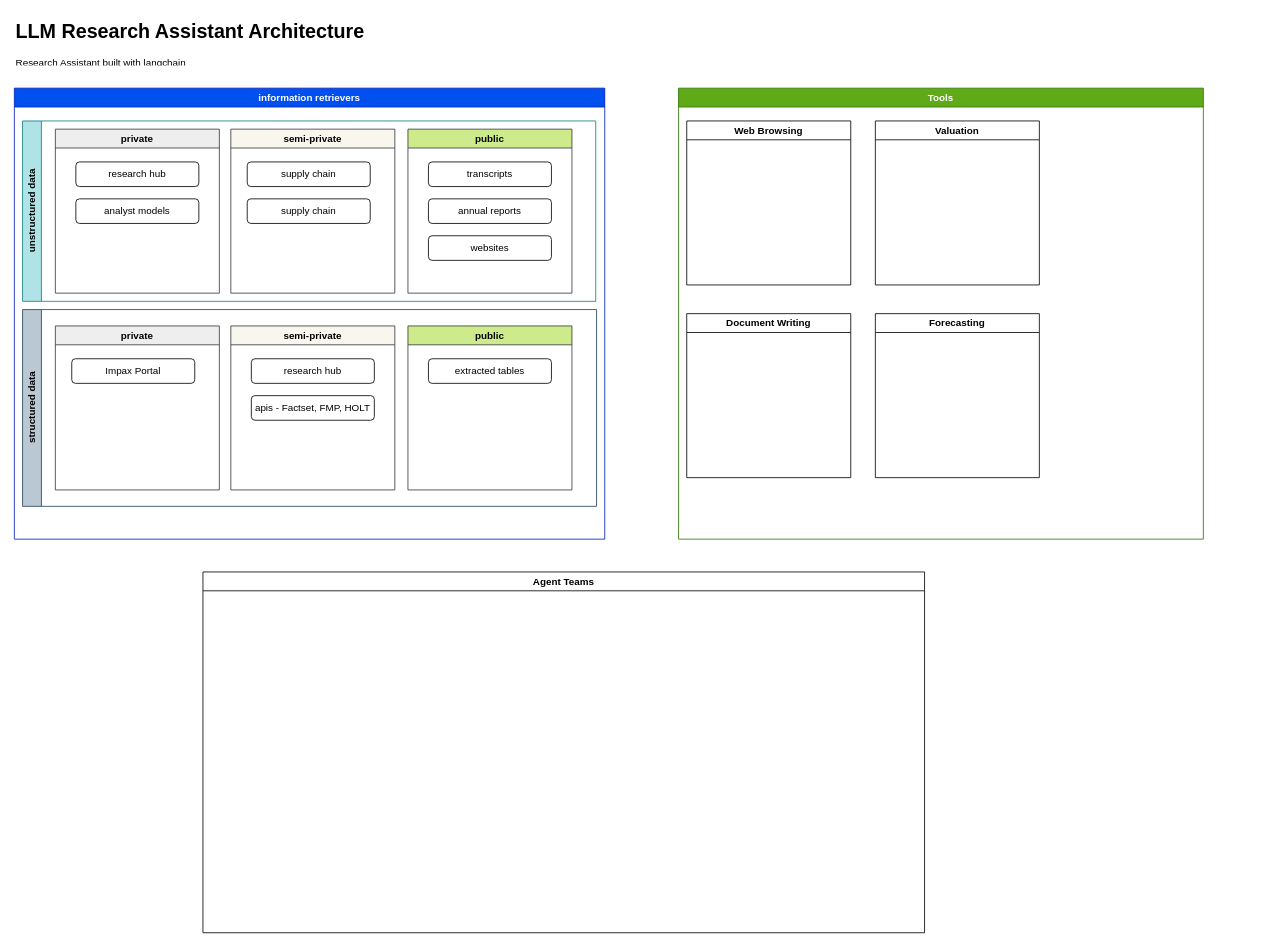
Earlier version of the draw.io diagram page "RA architecture" (1 of 3) of llm_ra_architecture.drawio (pauljhp/langchain_rag_researchanalyst). Source tidied: cells renumbered, new cells numbered last; positions are measured from the earlier drawing's top-left corner, leaving out a move shared by most shapes. Both pictures are drawn from the tidied source at 82%, with x=0, y=0 at pixel (14, 14).
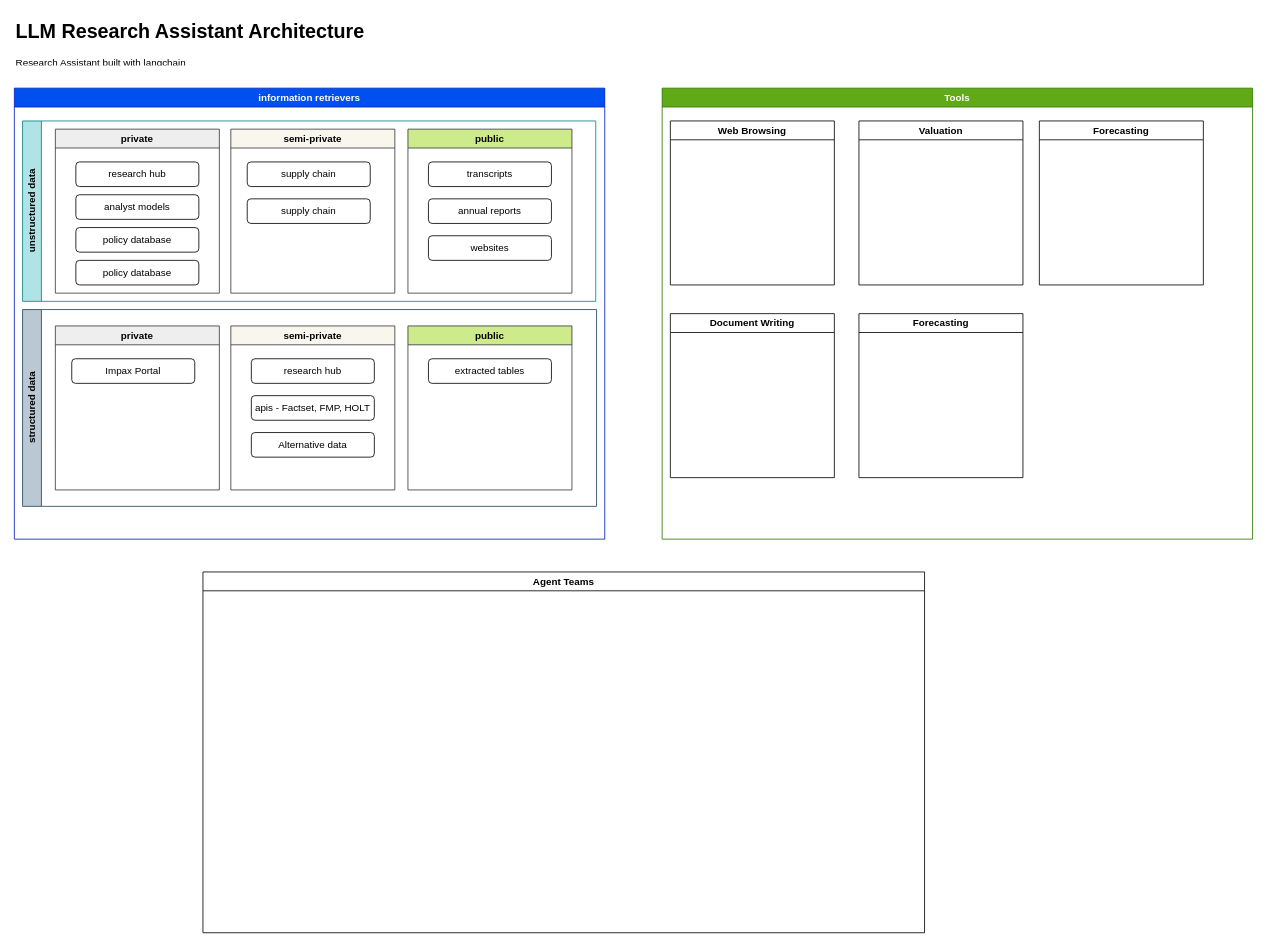
After the change.

The change refers to these unchanged cells:
```xml
<mxCell id="8" value="private" style="swimlane;whiteSpace=wrap;html=1;fillColor=#eeeeee;strokeColor=#36393d;" parent="3" vertex="1">
  <mxGeometry x="40" y="10" width="200" height="200" as="geometry" />
</mxCell>
<mxCell id="17" value="semi-private" style="swimlane;whiteSpace=wrap;html=1;fillColor=#f9f7ed;strokeColor=#36393d;" parent="14" vertex="1">
  <mxGeometry x="254" y="20" width="200" height="200" as="geometry" />
</mxCell>
```

The edit, as a diff of the source:
```diff
@@
     <mxCell id="10" value="analyst models" style="rounded=1;whiteSpace=wrap;html=1;" parent="8" vertex="1">
-      <mxGeometry x="25" y="85" width="150" height="30" as="geometry" />
+      <mxGeometry x="25" y="80" width="150" height="30" as="geometry" />
     </mxCell>
+    <mxCell id="29" value="policy database" style="rounded=1;whiteSpace=wrap;html=1;" parent="8" vertex="1">
+      <mxGeometry x="25" y="120" width="150" height="30" as="geometry" />
+    </mxCell>
+    <mxCell id="30" value="policy database" style="rounded=1;whiteSpace=wrap;html=1;" parent="8" vertex="1">
+      <mxGeometry x="25" y="160" width="150" height="30" as="geometry" />
+    </mxCell>
@@
+    <mxCell id="31" value="Alternative data" style="rounded=1;whiteSpace=wrap;html=1;" parent="17" vertex="1">
+      <mxGeometry x="25" y="130" width="150" height="30" as="geometry" />
+    </mxCell>
@@
     <mxCell id="23" value="Tools" style="swimlane;whiteSpace=wrap;html=1;fillColor=#60a917;fontColor=#ffffff;strokeColor=#2D7600;" parent="1" vertex="1">
-      <mxGeometry x="810" y="90" width="640" height="550" as="geometry" />
+      <mxGeometry x="790" y="90" width="720" height="550" as="geometry" />
     </mxCell>
@@
+    <mxCell id="32" value="Forecasting" style="swimlane;whiteSpace=wrap;html=1;" parent="23" vertex="1">
+      <mxGeometry x="460" y="40" width="200" height="200" as="geometry" />
+    </mxCell>
```
